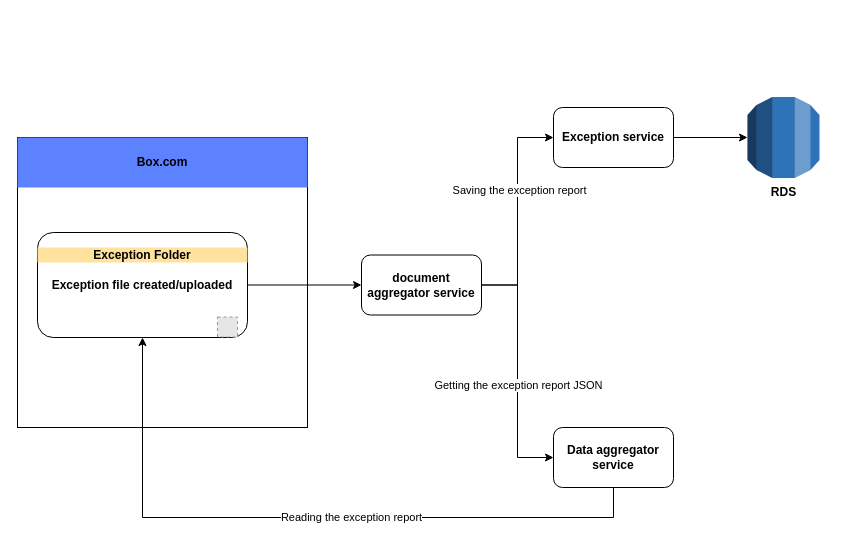
Before: Untitled Diagram.drawio in MohammedFazuluddin/test, a draw.io diagram. Source tidied: cells renumbered, new cells numbered last; positions are measured from the earlier drawing's top-left corner, leaving out a move shared by most shapes. Both pictures are drawn from the tidied source at 100%, with x=0, y=0 at pixel (17, 97). Pictures stored in the file or linked from it are replaced by grey dashed boxes.
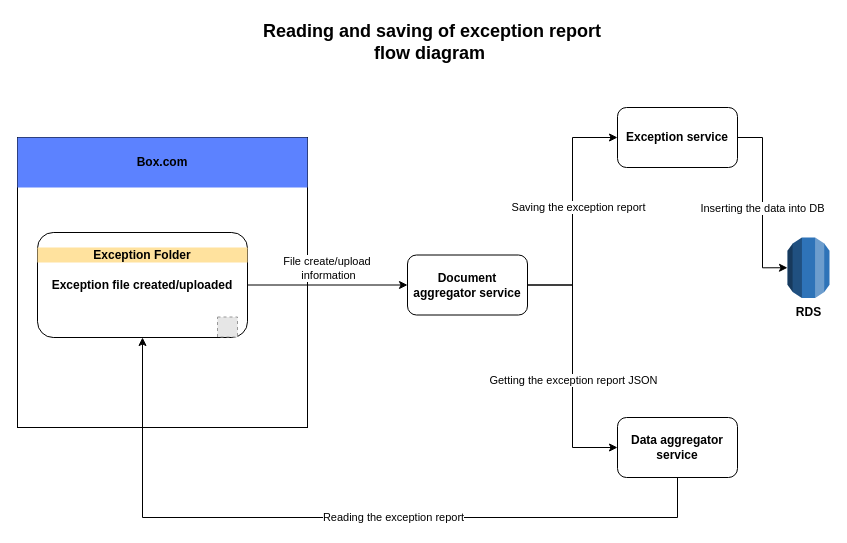
The same page after the edit.

The change refers to these unchanged cells:
```xml
<mxCell id="3" value="&lt;b&gt;Exception file created/uploaded&lt;/b&gt;" style="rounded=1;whiteSpace=wrap;html=1;" parent="1" vertex="1">
  <mxGeometry x="20" y="135" width="210" height="105" as="geometry" />
</mxCell>
<mxCell id="4" style="edgeStyle=orthogonalEdgeStyle;rounded=0;jettySize=auto;html=1;entryX=0;entryY=0.5;entryDx=0;entryDy=0;" parent="1" edge="1" source="8" target="10">
  <mxGeometry relative="1" as="geometry" />
</mxCell>
<mxCell id="9" style="edgeStyle=orthogonalEdgeStyle;rounded=0;jettySize=auto;html=1;entryX=0;entryY=0.5;entryDx=0;entryDy=0;entryPerimeter=0;" parent="1" edge="1" source="10" target="14">
  <mxGeometry relative="1" as="geometry" />
</mxCell>
<mxCell id="18" style="endArrow=classic;html=1;exitX=1;exitY=0.5;exitDx=0;exitDy=0;entryX=0;entryY=0.5;entryDx=0;entryDy=0;" parent="1" edge="1" source="3" target="8">
  <mxGeometry relative="1" as="geometry" />
</mxCell>
```

What changed in the source:
```diff
@@
     <mxCell id="5" value="Saving the exception report" style="edgeLabel;html=1;align=center;verticalAlign=middle;" parent="4" vertex="1">
       <mxGeometry x="0.2" y="-1" relative="1" as="geometry">
-        <mxPoint y="1" as="offset" />
+        <mxPoint x="4" y="19.5" as="offset" />
       </mxGeometry>
     </mxCell>
@@
-    <mxCell id="8" value="document aggregator service" style="rounded=1;whiteSpace=wrap;html=1;fontStyle=1;" parent="1" vertex="1">
-      <mxGeometry x="344" y="157.5" width="120" height="60" as="geometry" />
+    <mxCell id="8" value="Document aggregator service" style="rounded=1;whiteSpace=wrap;html=1;fontStyle=1;" parent="1" vertex="1">
+      <mxGeometry x="390" y="157.5" width="120" height="60" as="geometry" />
     </mxCell>
@@
+    <mxCell id="19" value="Inserting the data into DB" style="edgeLabel;html=1;align=center;verticalAlign=middle;" parent="9" vertex="1">
+      <mxGeometry x="-0.22" y="-1" relative="1" as="geometry">
+        <mxPoint y="25" as="offset" />
+      </mxGeometry>
+    </mxCell>
     <mxCell id="10" value="Exception service" style="rounded=1;whiteSpace=wrap;html=1;fontStyle=1;" parent="1" vertex="1">
-      <mxGeometry x="536" y="10" width="120" height="60" as="geometry" />
+      <mxGeometry x="600" y="10" width="120" height="60" as="geometry" />
     </mxCell>
     <mxCell id="11" style="edgeStyle=orthogonalEdgeStyle;rounded=0;jettySize=auto;html=1;entryX=0.5;entryY=1;entryDx=0;entryDy=0;exitX=0.5;exitY=1;exitDx=0;exitDy=0;" parent="1" edge="1" source="13" target="3">
       <mxGeometry relative="1" as="geometry">
         <Array as="points">
-          <mxPoint x="596" y="420" />
+          <mxPoint x="660" y="420" />
           <mxPoint x="125" y="420" />
         </Array>
       </mxGeometry>
     </mxCell>
@@
     <mxCell id="13" value="Data aggregator service" style="rounded=1;whiteSpace=wrap;html=1;fontStyle=1;" parent="1" vertex="1">
-      <mxGeometry x="536" y="330" width="120" height="60" as="geometry" />
+      <mxGeometry x="600" y="320" width="120" height="60" as="geometry" />
     </mxCell>
     <mxCell id="14" value="RDS" style="outlineConnect=0;dashed=0;verticalLabelPosition=bottom;verticalAlign=top;align=center;html=1;shape=mxgraph.aws3.rds;fillColor=#2E73B8;gradientColor=none;fontStyle=1;" parent="1" vertex="1">
-      <mxGeometry x="730" y="-0.5" width="72" height="81" as="geometry" />
+      <mxGeometry x="770" y="140" width="42" height="60.5" as="geometry" />
     </mxCell>
@@
+    <mxCell id="20" value="File create/upload&amp;nbsp;&lt;br&gt;information" style="edgeLabel;html=1;align=center;verticalAlign=middle;" parent="18" vertex="1">
+      <mxGeometry x="-0.39" y="-1" relative="1" as="geometry">
+        <mxPoint x="31" y="-18.5" as="offset" />
+      </mxGeometry>
+    </mxCell>
+    <mxCell id="21" value="&lt;font style=&quot;font-size: 18px&quot;&gt;Reading and saving of exception report flow diagram&amp;nbsp;&lt;/font&gt;" style="text;html=1;strokeColor=none;fillColor=none;align=center;verticalAlign=middle;whiteSpace=wrap;rounded=0;fontStyle=1;" parent="1" vertex="1">
+      <mxGeometry x="230" y="-80" width="370" height="50" as="geometry" />
+    </mxCell>
```
